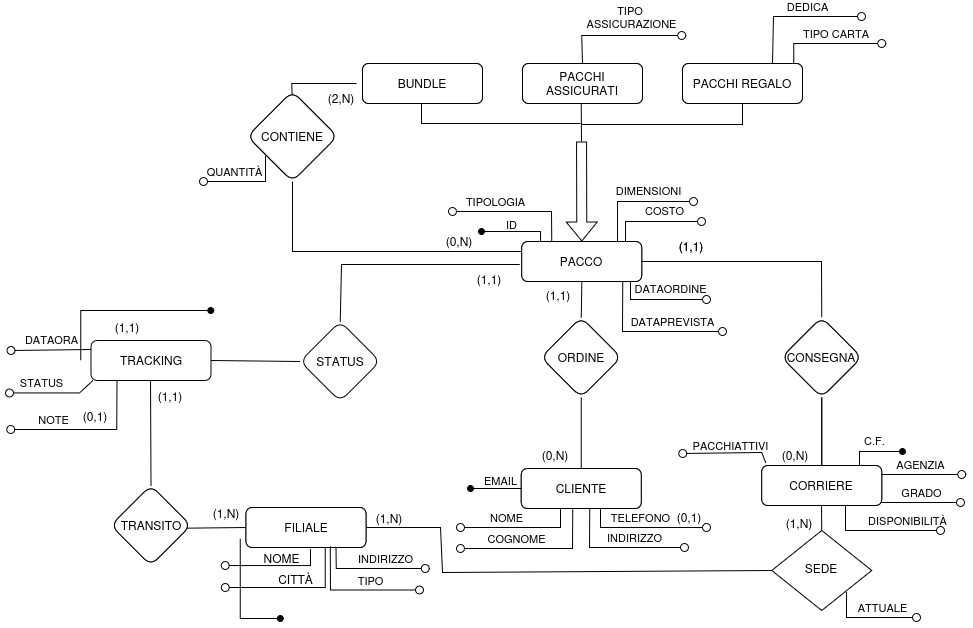
This is Resources/ER.png from Solgio/ProgettoBasi, a draw.io export, as it was before one commit. Source tidied: cells renumbered, new cells last; positions are measured from the earlier drawing's top-left corner, leaving out a move shared by most shapes.
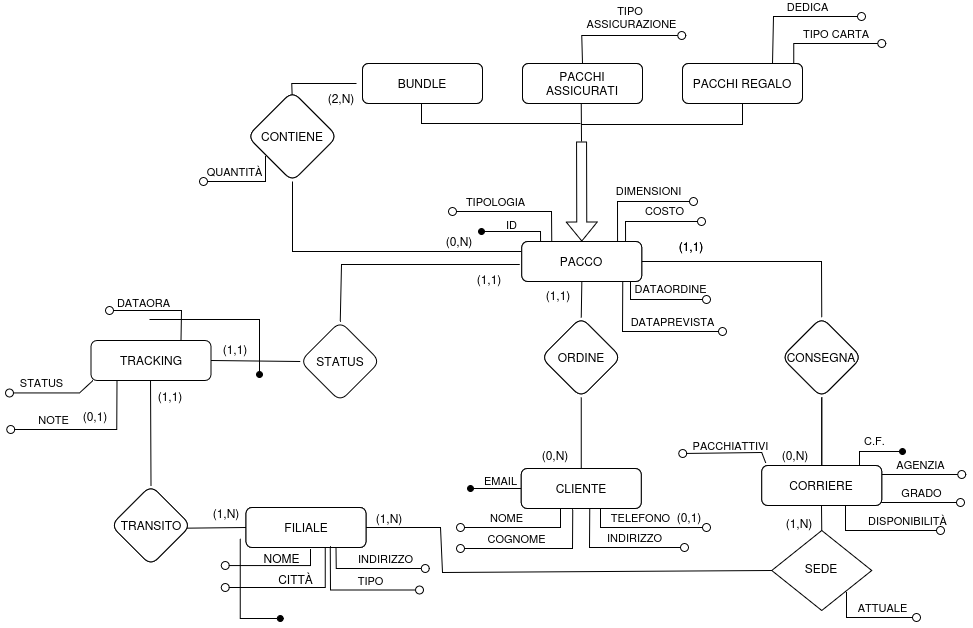
After the change.

Change to the diagram source:
```diff
@@ -94,7 +94,7 @@
       <mxGeometry x="516.2" y="424" width="60" height="30" as="geometry" />
     </mxCell>
     <mxCell id="27" value="(1,1)" style="text;strokeColor=none;align=center;fillColor=none;html=1;verticalAlign=middle;whiteSpace=wrap;rounded=0;" parent="1" vertex="1">
-      <mxGeometry x="88" y="296" width="60" height="30" as="geometry" />
+      <mxGeometry x="196.2" y="318" width="60" height="30" as="geometry" />
     </mxCell>
     <mxCell id="28" value="(1,1)" style="text;strokeColor=none;align=center;fillColor=none;html=1;verticalAlign=middle;whiteSpace=wrap;rounded=0;" parent="1" vertex="1">
       <mxGeometry x="519.2" y="264" width="60" height="30" as="geometry" />
@@ -115,10 +115,11 @@
     </mxCell>
     <mxCell id="31" style="endArrow=none;html=1;rounded=0;align=center;verticalAlign=top;endFill=0;labelBackgroundColor=none;endSize=6;startArrow=oval;startFill=1;" parent="1" edge="1">
       <mxGeometry relative="1" as="geometry">
-        <mxPoint x="201.2" y="294" as="sourcePoint" />
-        <mxPoint x="71.2" y="344" as="targetPoint" />
+        <mxPoint x="250" y="358" as="sourcePoint" />
+        <mxPoint x="140" y="303" as="targetPoint" />
         <Array as="points">
-          <mxPoint x="71.2" y="294" />
+          <mxPoint x="250" y="303" />
+          <mxPoint x="143" y="303" />
         </Array>
       </mxGeometry>
     </mxCell>
@@ -155,10 +156,12 @@
         <mxPoint x="951" y="486" as="targetPoint" />
       </mxGeometry>
     </mxCell>
-    <mxCell id="36" value="DATAORA" style="html=1;verticalAlign=bottom;labelBackgroundColor=none;endArrow=oval;endFill=0;endSize=8;rounded=0;" parent="1" edge="1">
-      <mxGeometry relative="1" as="geometry">
-        <mxPoint x="81.5" y="333" as="sourcePoint" />
-        <mxPoint x="1.5" y="334" as="targetPoint" />
+    <mxCell id="36" value="DATAORA" style="html=1;verticalAlign=bottom;labelBackgroundColor=none;endArrow=oval;endFill=0;endSize=8;rounded=0;exitX=0.75;exitY=0;exitDx=0;exitDy=0;" parent="1" edge="1" source="6">
+      <mxGeometry x="0.33" y="2" relative="1" as="geometry">
+        <mxPoint x="100" y="294" as="targetPoint" />
+        <Array as="points">
+          <mxPoint x="172" y="294" />
+        </Array>
       </mxGeometry>
     </mxCell>
     <mxCell id="37" value="STATUS" style="html=1;verticalAlign=bottom;labelBackgroundColor=none;endArrow=oval;endFill=0;endSize=8;rounded=0;exitX=0;exitY=1;exitDx=0;exitDy=0;" parent="1" edge="1">
```
